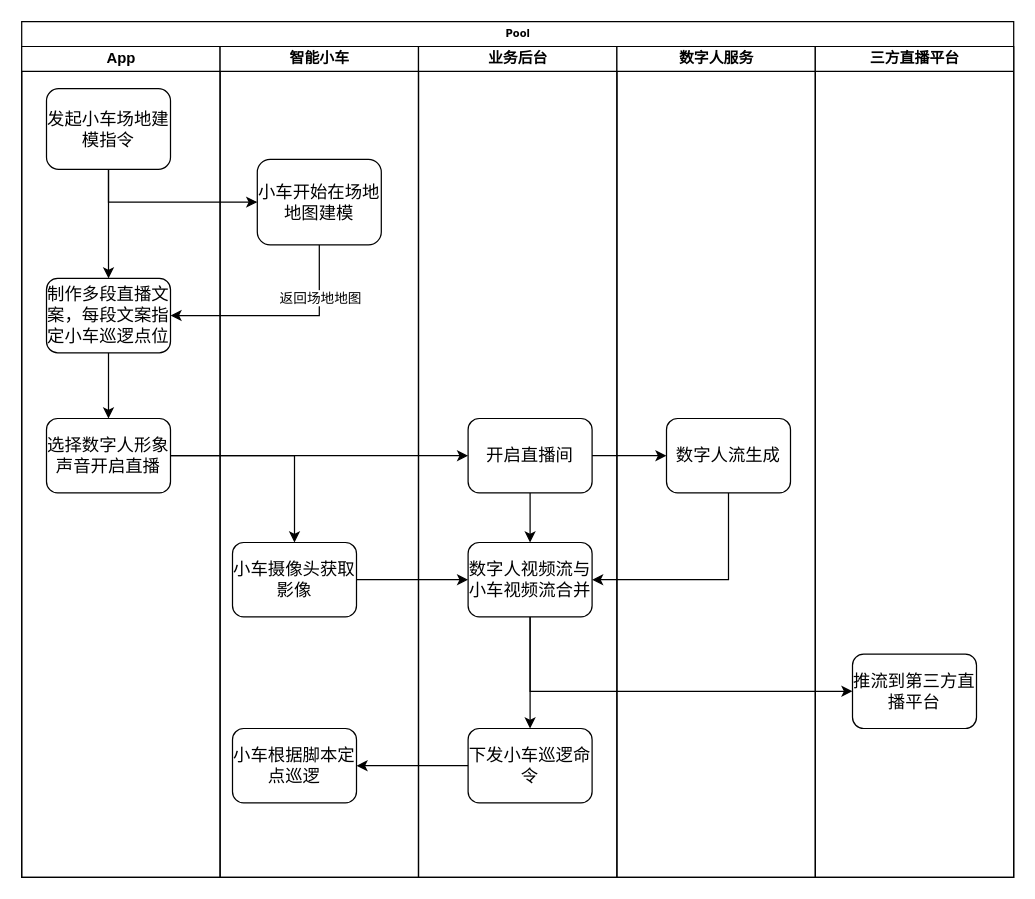
The draw.io diagram AI小车直播.drawio in hbulixu/diagrams_store, before the edit. Source tidied: cells renumbered, new cells numbered last; positions are measured from the earlier drawing's top-left corner, leaving out a move shared by most shapes. Both pictures are drawn from the tidied source at 124%, with x=0, y=0 at pixel (21, 21).
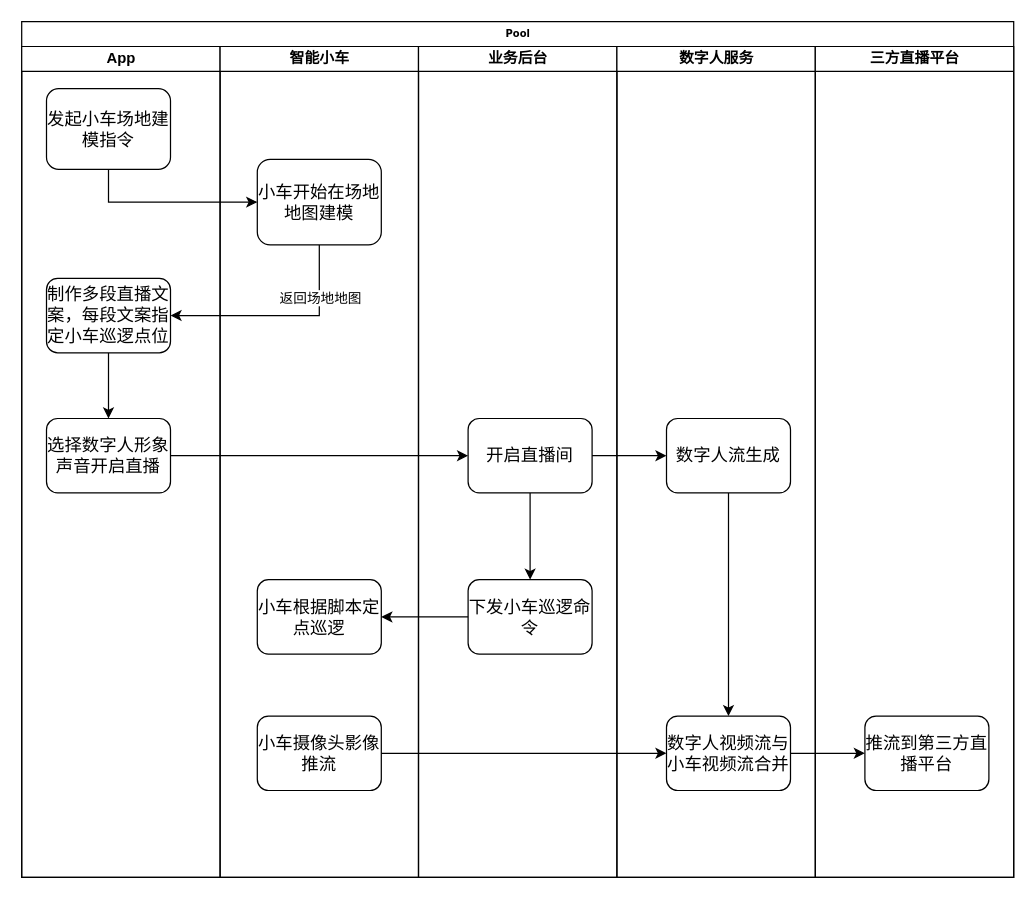
After the change.

Commit message:
更新AI小车直播.drawio

The change refers to these unchanged cells:
```xml
<mxCell id="2" value="Pool" style="swimlane;html=1;startSize=20;rounded=0;shadow=0;labelBackgroundColor=none;strokeWidth=1;fontFamily=Verdana;fontSize=8;align=center;" parent="1" vertex="1">
  <mxGeometry width="800" height="690" as="geometry" />
</mxCell>
<mxCell id="3" value="App" style="swimlane;html=1;startSize=20;" parent="2" vertex="1">
  <mxGeometry y="20" width="160" height="670" as="geometry" />
</mxCell>
<mxCell id="5" value="&lt;font style=&quot;font-size: 14px;&quot;&gt;发起小车场地建模指令&lt;/font&gt;" style="rounded=1;whiteSpace=wrap;html=1;shadow=0;labelBackgroundColor=none;strokeWidth=1;fontFamily=Verdana;fontSize=8;align=center;" parent="3" vertex="1">
  <mxGeometry x="20" y="34" width="100" height="65" as="geometry" />
</mxCell>
<mxCell id="7" value="&lt;span style=&quot;font-size: 14px;&quot;&gt;制作多段直播文案，&lt;/span&gt;&lt;span style=&quot;font-size: 14px;&quot;&gt;每段文案指定小车巡逻点位&lt;/span&gt;" style="rounded=1;whiteSpace=wrap;html=1;shadow=0;labelBackgroundColor=none;strokeWidth=1;fontFamily=Verdana;fontSize=8;align=center;" parent="3" vertex="1">
  <mxGeometry x="20" y="187" width="100" height="60" as="geometry" />
</mxCell>
<mxCell id="8" value="&lt;span style=&quot;font-size: 14px;&quot;&gt;选择数字人形象声音开启直播&lt;/span&gt;" style="rounded=1;whiteSpace=wrap;html=1;shadow=0;labelBackgroundColor=none;strokeWidth=1;fontFamily=Verdana;fontSize=8;align=center;" parent="3" vertex="1">
  <mxGeometry x="20" y="300" width="100" height="60" as="geometry" />
</mxCell>
<mxCell id="9" value="智能小车" style="swimlane;html=1;startSize=20;" parent="2" vertex="1">
  <mxGeometry x="160" y="20" width="160" height="670" as="geometry" />
</mxCell>
<mxCell id="13" value="业务后台" style="swimlane;html=1;startSize=20;" parent="2" vertex="1">
  <mxGeometry x="320" y="20" width="160" height="670" as="geometry" />
</mxCell>
<mxCell id="15" value="&lt;span style=&quot;font-size: 14px;&quot;&gt;开启直播间&lt;/span&gt;" style="rounded=1;whiteSpace=wrap;html=1;shadow=0;labelBackgroundColor=none;strokeWidth=1;fontFamily=Verdana;fontSize=8;align=center;" parent="13" vertex="1">
  <mxGeometry x="40" y="300" width="100" height="60" as="geometry" />
</mxCell>
<mxCell id="19" value="数字人服务" style="swimlane;html=1;startSize=20;" parent="2" vertex="1">
  <mxGeometry x="480" y="20" width="160" height="670" as="geometry" />
</mxCell>
<mxCell id="20" value="&lt;span style=&quot;font-size: 14px;&quot;&gt;数字人流生成&lt;/span&gt;" style="rounded=1;whiteSpace=wrap;html=1;shadow=0;labelBackgroundColor=none;strokeWidth=1;fontFamily=Verdana;fontSize=8;align=center;" parent="19" vertex="1">
  <mxGeometry x="40" y="300" width="100" height="60" as="geometry" />
</mxCell>
```

Diff of the diagram source:
```diff
@@
-    <mxCell id="4" style="edgeStyle=orthogonalEdgeStyle;rounded=0;jettySize=auto;html=1;" parent="3" edge="1" source="5" target="7">
-      <mxGeometry relative="1" as="geometry" />
-    </mxCell>
@@
-    <mxCell id="11" value="&lt;span style=&quot;font-size: 14px;&quot;&gt;小车摄像头获取影像&lt;/span&gt;" style="rounded=1;whiteSpace=wrap;html=1;shadow=0;labelBackgroundColor=none;strokeWidth=1;fontFamily=Verdana;fontSize=8;align=center;" parent="9" vertex="1">
-      <mxGeometry x="10" y="400" width="100" height="60" as="geometry" />
+    <mxCell id="11" value="&lt;span style=&quot;font-size: 14px;&quot;&gt;小车摄像头影像推流&lt;/span&gt;" style="rounded=1;whiteSpace=wrap;html=1;shadow=0;labelBackgroundColor=none;strokeWidth=1;fontFamily=Verdana;fontSize=8;align=center;" parent="9" vertex="1">
+      <mxGeometry x="30" y="540" width="100" height="60" as="geometry" />
     </mxCell>
     <mxCell id="12" value="&lt;span style=&quot;font-size: 14px;&quot;&gt;小车根据脚本定点巡逻&lt;/span&gt;" style="rounded=1;whiteSpace=wrap;html=1;shadow=0;labelBackgroundColor=none;strokeWidth=1;fontFamily=Verdana;fontSize=8;align=center;" parent="9" vertex="1">
-      <mxGeometry x="10" y="550" width="100" height="60" as="geometry" />
+      <mxGeometry x="30" y="430" width="100" height="60" as="geometry" />
     </mxCell>
@@
-    <mxCell id="14" style="edgeStyle=orthogonalEdgeStyle;rounded=0;jettySize=auto;html=1;entryX=0.5;entryY=0;entryDx=0;entryDy=0;" parent="13" edge="1" source="15" target="17">
-      <mxGeometry relative="1" as="geometry" />
-    </mxCell>
+    <mxCell id="33" style="edgeStyle=orthogonalEdgeStyle;rounded=0;jettySize=auto;html=1;" parent="13" edge="1" source="15" target="18">
+      <mxGeometry relative="1" as="geometry" />
+    </mxCell>
@@
-    <mxCell id="16" style="edgeStyle=orthogonalEdgeStyle;rounded=0;jettySize=auto;html=1;" parent="13" edge="1" source="17" target="18">
-      <mxGeometry relative="1" as="geometry" />
-    </mxCell>
-    <mxCell id="17" value="&lt;span style=&quot;font-size: 14px;&quot;&gt;数字人视频流与小车视频流合并&lt;/span&gt;" style="rounded=1;whiteSpace=wrap;html=1;shadow=0;labelBackgroundColor=none;strokeWidth=1;fontFamily=Verdana;fontSize=8;align=center;" parent="13" vertex="1">
-      <mxGeometry x="40" y="400" width="100" height="60" as="geometry" />
-    </mxCell>
     <mxCell id="18" value="&lt;span style=&quot;font-size: 14px;&quot;&gt;下发小车巡逻命令&lt;/span&gt;" style="rounded=1;whiteSpace=wrap;html=1;shadow=0;labelBackgroundColor=none;strokeWidth=1;fontFamily=Verdana;fontSize=8;align=center;" parent="13" vertex="1">
-      <mxGeometry x="40" y="550" width="100" height="60" as="geometry" />
+      <mxGeometry x="40" y="430" width="100" height="60" as="geometry" />
     </mxCell>
@@
+    <mxCell id="28" style="edgeStyle=orthogonalEdgeStyle;rounded=0;jettySize=auto;html=1;exitX=0.5;exitY=1;exitDx=0;exitDy=0;" parent="19" edge="1" source="20" target="17">
+      <mxGeometry relative="1" as="geometry" />
+    </mxCell>
@@
+    <mxCell id="17" value="&lt;span style=&quot;font-size: 14px;&quot;&gt;数字人视频流与小车视频流合并&lt;/span&gt;" style="rounded=1;whiteSpace=wrap;html=1;shadow=0;labelBackgroundColor=none;strokeWidth=1;fontFamily=Verdana;fontSize=8;align=center;" parent="19" vertex="1">
+      <mxGeometry x="40" y="540" width="100" height="60" as="geometry" />
+    </mxCell>
-    <mxCell id="21" value="三方直播平台" style="swimlane;html=1;startSize=20;" parent="2" vertex="1">
+    <mxCell id="21" value="三方直播平台" style="swimlane;html=1;startSize=20;labelBackgroundColor=default;" parent="2" vertex="1">
       <mxGeometry x="640" y="20" width="160" height="670" as="geometry" />
     </mxCell>
     <mxCell id="22" value="&lt;span style=&quot;font-size: 14px;&quot;&gt;推流到第三方直播平台&lt;/span&gt;" style="rounded=1;whiteSpace=wrap;html=1;shadow=0;labelBackgroundColor=none;strokeWidth=1;fontFamily=Verdana;fontSize=8;align=center;" parent="21" vertex="1">
-      <mxGeometry x="30" y="490" width="100" height="60" as="geometry" />
+      <mxGeometry x="40" y="540" width="100" height="60" as="geometry" />
     </mxCell>
@@
-    <mxCell id="25" style="edgeStyle=orthogonalEdgeStyle;rounded=0;jettySize=auto;html=1;" parent="2" edge="1" source="8" target="11">
-      <mxGeometry relative="1" as="geometry" />
-    </mxCell>
@@
-    <mxCell id="28" style="edgeStyle=orthogonalEdgeStyle;rounded=0;jettySize=auto;html=1;entryX=1;entryY=0.5;entryDx=0;entryDy=0;" parent="2" edge="1" source="20" target="17">
-      <mxGeometry relative="1" as="geometry">
-        <Array as="points">
-          <mxPoint x="570" y="450" />
-        </Array>
-      </mxGeometry>
-    </mxCell>
-    <mxCell id="29" style="edgeStyle=orthogonalEdgeStyle;rounded=0;jettySize=auto;html=1;entryX=0;entryY=0.5;entryDx=0;entryDy=0;" parent="2" edge="1" source="17" target="22">
-      <mxGeometry relative="1" as="geometry">
-        <Array as="points">
-          <mxPoint x="410" y="540" />
-        </Array>
-      </mxGeometry>
-    </mxCell>
@@
+    <mxCell id="29" style="edgeStyle=orthogonalEdgeStyle;rounded=0;jettySize=auto;html=1;" parent="2" edge="1" source="17" target="22">
+      <mxGeometry relative="1" as="geometry" />
+    </mxCell>
```
